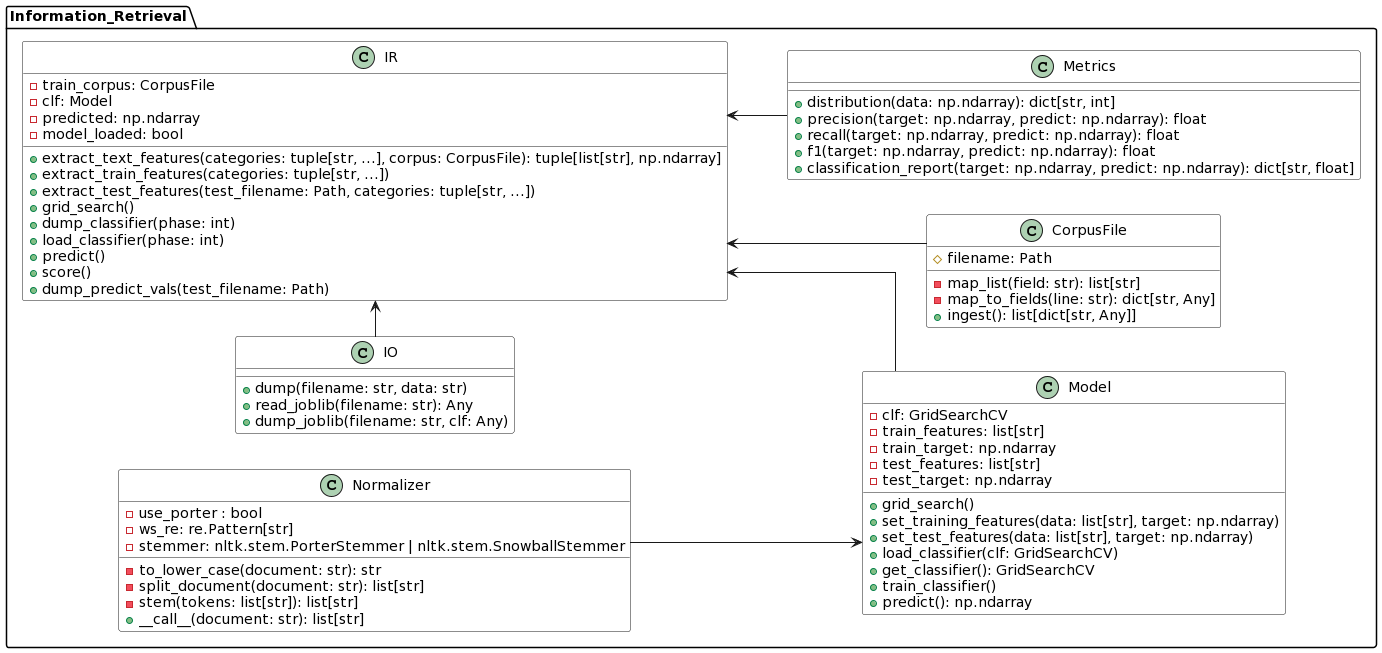
Above: 744_information_retrieval/assn/04/report/statics/uml.png in ribbas/grad_courses (PlantUML), before the change. The source it was exported from:
```plantuml
@startuml
skinparam linetype polyline
skinparam linetype ortho
left to right direction
skinparam backgroundColor transparent
skinparam classBackgroundColor fff

namespace Information_Retrieval {

  class IO {
    + dump(filename: str, data: str)
    + read_joblib(filename: str): Any
    + dump_joblib(filename: str, clf: Any)
  }

  class CorpusFile {
    # filename: Path
    - map_list(field: str): list[str]
    - map_to_fields(line: str): dict[str, Any]
    + ingest(): list[dict[str, Any]]
  }

  class Normalizer {
    - use_porter : bool
    - ws_re: re.Pattern[str]
    - stemmer: nltk.stem.PorterStemmer | nltk.stem.SnowballStemmer
    - to_lower_case(document: str): str
    - split_document(document: str): list[str]
    - stem(tokens: list[str]): list[str]
    + __call__(document: str): list[str]
  }

  class Metrics {
    + distribution(data: np.ndarray): dict[str, int]
    + precision(target: np.ndarray, predict: np.ndarray): float
    + recall(target: np.ndarray, predict: np.ndarray): float
    + f1(target: np.ndarray, predict: np.ndarray): float
    + classification_report(target: np.ndarray, predict: np.ndarray): dict[str, float]
  }

  class Model {
    - clf: GridSearchCV
    - train_features: list[str]
    - train_target: np.ndarray
    - test_features: list[str]
    - test_target: np.ndarray
    + grid_search()
    + set_training_features(data: list[str], target: np.ndarray)
    + set_test_features(data: list[str], target: np.ndarray)
    + load_classifier(clf: GridSearchCV)
    + get_classifier(): GridSearchCV
    + train_classifier()
    + predict(): np.ndarray
  }

  class IR {
    - train_corpus: CorpusFile
    - clf: Model
    - predicted: np.ndarray
    - model_loaded: bool
    + extract_text_features(categories: tuple[str, ...], corpus: CorpusFile): tuple[list[str], np.ndarray]
    + extract_train_features(categories: tuple[str, ...])
    + extract_test_features(test_filename: Path, categories: tuple[str, ...])
    + grid_search()
    + dump_classifier(phase: int)
    + load_classifier(phase: int)
    + predict()
    + score()
    + dump_predict_vals(test_filename: Path)
  }

  IR <-- CorpusFile
  IR <-l- IO
  IR <-- Metrics
  IR <-- Model
  Model <-u- Normalizer
}
@enduml
```
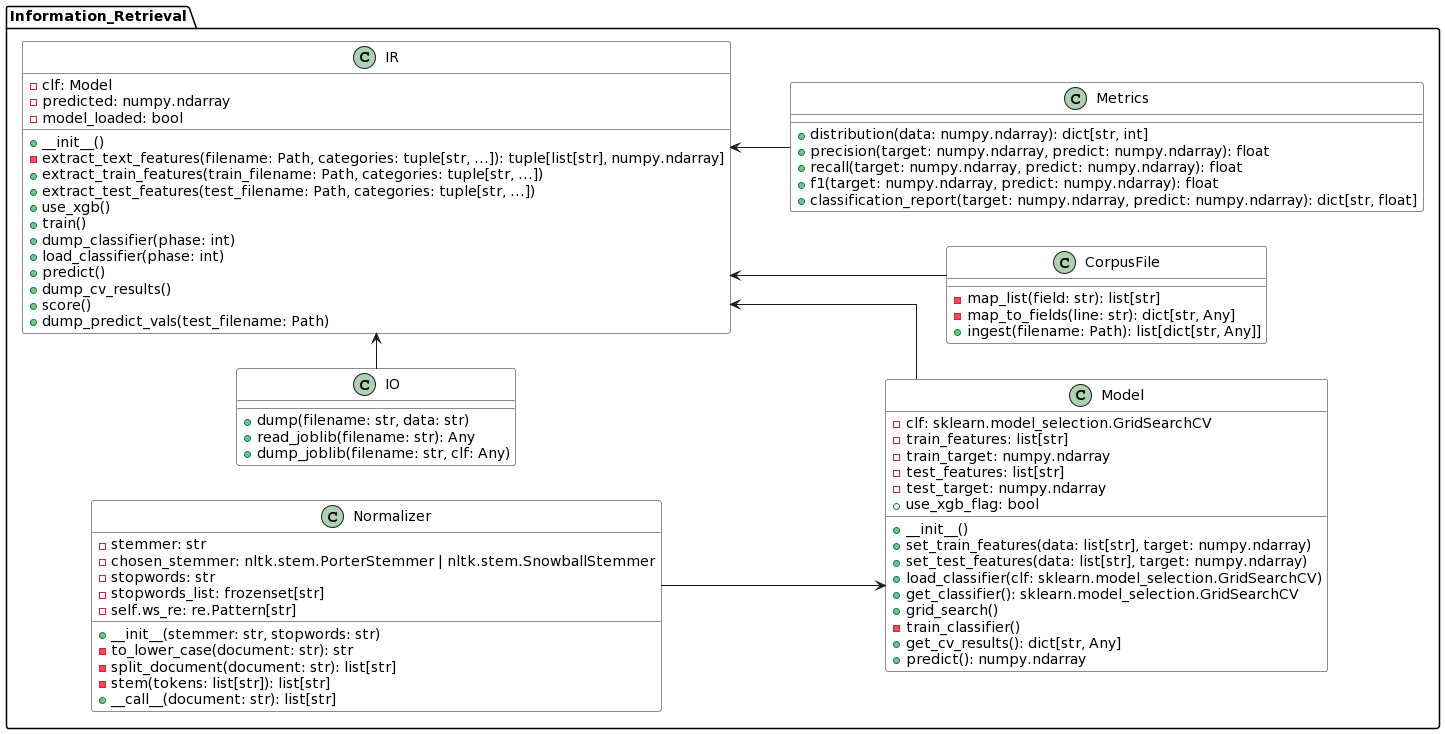
After the commit.

Commit message:
refactor repo, update UML for prog 4

Change to the diagram source:
```diff
@@ -14,16 +14,18 @@
   }
 
   class CorpusFile {
-    # filename: Path
     - map_list(field: str): list[str]
     - map_to_fields(line: str): dict[str, Any]
-    + ingest(): list[dict[str, Any]]
+    + ingest(filename: Path): list[dict[str, Any]]
   }
 
   class Normalizer {
-    - use_porter : bool
-    - ws_re: re.Pattern[str]
-    - stemmer: nltk.stem.PorterStemmer | nltk.stem.SnowballStemmer
+    - stemmer: str
+    - chosen_stemmer: nltk.stem.PorterStemmer | nltk.stem.SnowballStemmer
+    - stopwords: str
+    - stopwords_list: frozenset[str]
+    - self.ws_re: re.Pattern[str]
+    + __init__(stemmer: str, stopwords: str)
     - to_lower_case(document: str): str
     - split_document(document: str): list[str]
     - stem(tokens: list[str]): list[str]
@@ -31,40 +33,45 @@
   }
 
   class Metrics {
-    + distribution(data: np.ndarray): dict[str, int]
-    + precision(target: np.ndarray, predict: np.ndarray): float
-    + recall(target: np.ndarray, predict: np.ndarray): float
-    + f1(target: np.ndarray, predict: np.ndarray): float
-    + classification_report(target: np.ndarray, predict: np.ndarray): dict[str, float]
+    + distribution(data: numpy.ndarray): dict[str, int]
+    + precision(target: numpy.ndarray, predict: numpy.ndarray): float
+    + recall(target: numpy.ndarray, predict: numpy.ndarray): float
+    + f1(target: numpy.ndarray, predict: numpy.ndarray): float
+    + classification_report(target: numpy.ndarray, predict: numpy.ndarray): dict[str, float]
   }
 
   class Model {
-    - clf: GridSearchCV
+    - clf: sklearn.model_selection.GridSearchCV
     - train_features: list[str]
-    - train_target: np.ndarray
+    - train_target: numpy.ndarray
     - test_features: list[str]
-    - test_target: np.ndarray
+    - test_target: numpy.ndarray
+    + use_xgb_flag: bool
+    + __init__()
+    + set_train_features(data: list[str], target: numpy.ndarray)
+    + set_test_features(data: list[str], target: numpy.ndarray)
+    + load_classifier(clf: sklearn.model_selection.GridSearchCV)
+    + get_classifier(): sklearn.model_selection.GridSearchCV
     + grid_search()
-    + set_training_features(data: list[str], target: np.ndarray)
-    + set_test_features(data: list[str], target: np.ndarray)
-    + load_classifier(clf: GridSearchCV)
-    + get_classifier(): GridSearchCV
-    + train_classifier()
-    + predict(): np.ndarray
+    - train_classifier()
+    + get_cv_results(): dict[str, Any]
+    + predict(): numpy.ndarray
   }
 
   class IR {
-    - train_corpus: CorpusFile
     - clf: Model
-    - predicted: np.ndarray
+    - predicted: numpy.ndarray
     - model_loaded: bool
-    + extract_text_features(categories: tuple[str, ...], corpus: CorpusFile): tuple[list[str], np.ndarray]
-    + extract_train_features(categories: tuple[str, ...])
+    + __init__()
+    - extract_text_features(filename: Path, categories: tuple[str, ...]): tuple[list[str], numpy.ndarray]
+    + extract_train_features(train_filename: Path, categories: tuple[str, ...])
     + extract_test_features(test_filename: Path, categories: tuple[str, ...])
-    + grid_search()
+    + use_xgb()
+    + train()
     + dump_classifier(phase: int)
     + load_classifier(phase: int)
     + predict()
+    + dump_cv_results()
     + score()
     + dump_predict_vals(test_filename: Path)
   }
```
